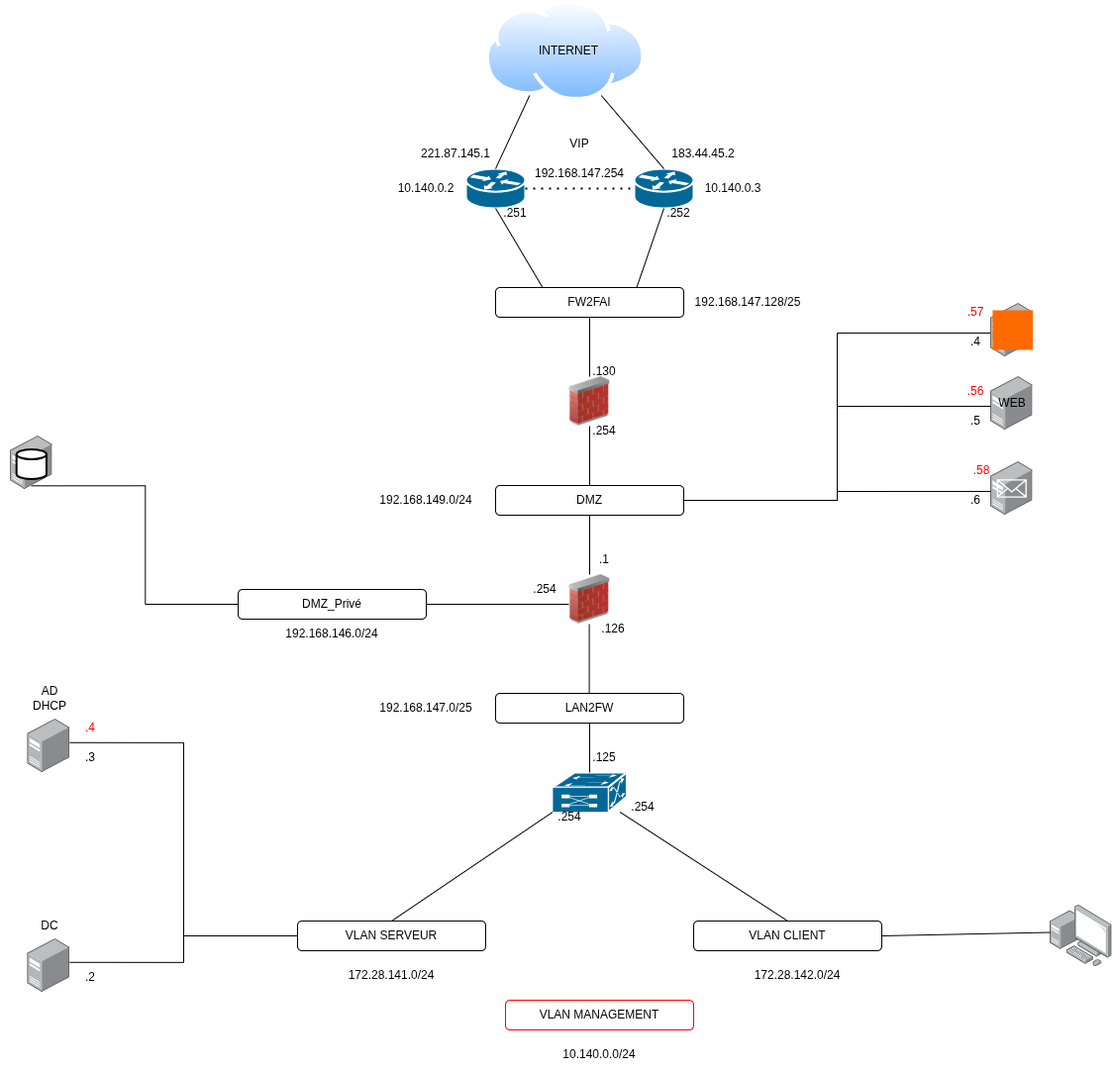
MLBOff/Orleans-2027 keeps this draw.io diagram as docs/assets/schema_logique.png. Above is the earlier version. Source tidied: cells renumbered, new cells last; positions are measured from the earlier drawing's top-left corner, leaving out a move shared by most shapes.
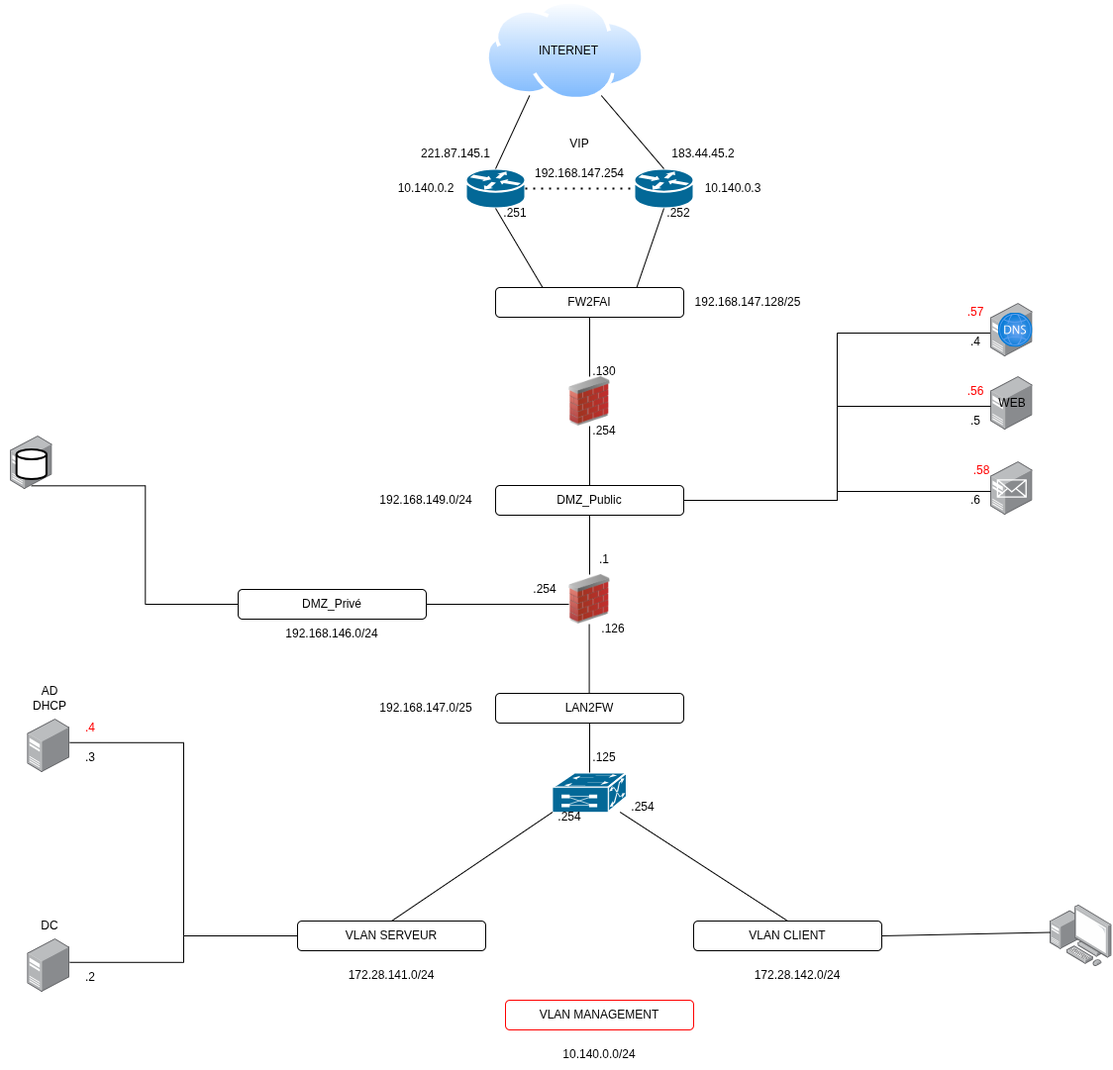
After the commit.

Commit message:
modif schema logique

What changed in the source:
```diff
@@ -35,7 +35,7 @@
     <mxCell id="12" style="endArrow=none;html=1;rounded=0;exitX=0.5;exitY=0;exitDx=0;exitDy=0;entryX=0.5;entryY=1;entryDx=0;entryDy=0;" parent="1" edge="1" source="11" target="8">
       <mxGeometry relative="1" as="geometry" />
     </mxCell>
-    <mxCell id="13" value="DMZ" style="rounded=1;whiteSpace=wrap;html=1;" parent="1" vertex="1">
+    <mxCell id="13" value="DMZ_Public" style="rounded=1;whiteSpace=wrap;html=1;" parent="1" vertex="1">
       <mxGeometry x="500" y="490" width="190" height="30" as="geometry" />
     </mxCell>
     <mxCell id="14" style="endArrow=none;html=1;rounded=0;exitX=0.5;exitY=1;exitDx=0;exitDy=0;entryX=0.5;entryY=0;entryDx=0;entryDy=0;" parent="1" edge="1" source="11" target="13">
@@ -170,9 +170,6 @@
     <mxCell id="55" style="endArrow=none;html=1;rounded=0;entryX=0;entryY=0.555;entryDx=0;entryDy=0;entryPerimeter=0;edgeStyle=orthogonalEdgeStyle;exitX=1;exitY=0.5;exitDx=0;exitDy=0;" parent="1" edge="1" source="13" target="54">
       <mxGeometry x="0.05" relative="1" as="geometry" />
     </mxCell>
-    <mxCell id="56" style="html=1;align=center;shadow=0;dashed=0;fillColor=#FF6A00;strokeColor=none;shape=mxgraph.alibaba_cloud.dns_domain_name_system;" parent="1" vertex="1">
-      <mxGeometry x="1001.9" y="313" width="40.7" height="40" as="geometry" />
-    </mxCell>
     <mxCell id="57" value="&lt;div&gt;.4&lt;/div&gt;" style="text;html=1;whiteSpace=wrap;strokeColor=none;fillColor=none;align=center;verticalAlign=middle;rounded=0;" parent="1" vertex="1">
       <mxGeometry x="940" y="330" width="90" height="30" as="geometry" />
     </mxCell>
@@ -245,5 +242,8 @@
     <mxCell id="80" style="endArrow=none;html=1;rounded=0;defaultLabelBackgroundColor=page;exitX=1;exitY=0.5;exitDx=0;exitDy=0;entryX=0;entryY=0.444;entryDx=0;entryDy=0;entryPerimeter=0;" parent="1" edge="1" source="20" target="79">
       <mxGeometry relative="1" as="geometry" />
     </mxCell>
+    <mxCell id="81" style="html=1;align=center;image;fontSize=12;image=img/lib/azure2/networking/DNS_Zones.svg;" parent="1" vertex="1">
+      <mxGeometry x="1007.6" y="315.5" width="35" height="35" as="geometry" />
+    </mxCell>
   </root>
 </mxGraphModel>
```
